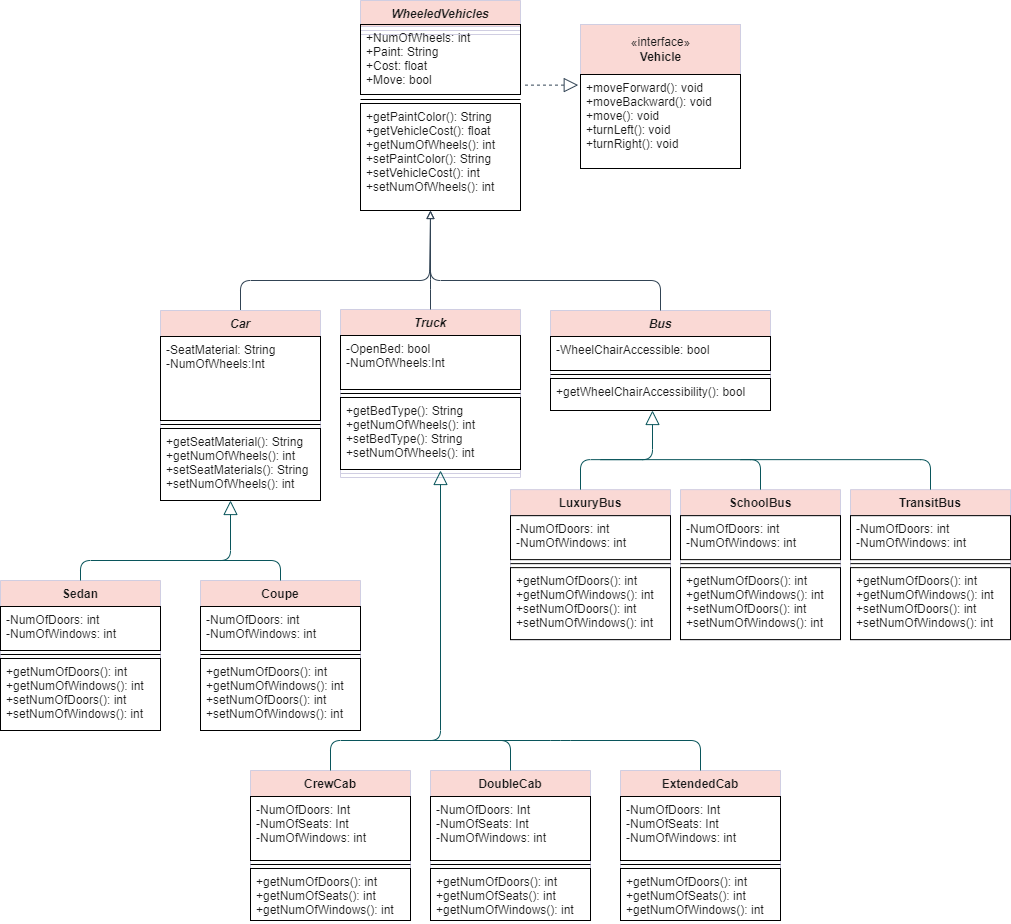
Earlier version of the draw.io export oop/WheeledVehiclesClass UMLDiagram.png (c0l3yni/tekcamp). Source tidied: cells renumbered, new cells last; positions are measured from the earlier drawing's top-left corner, leaving out a move shared by most shapes.
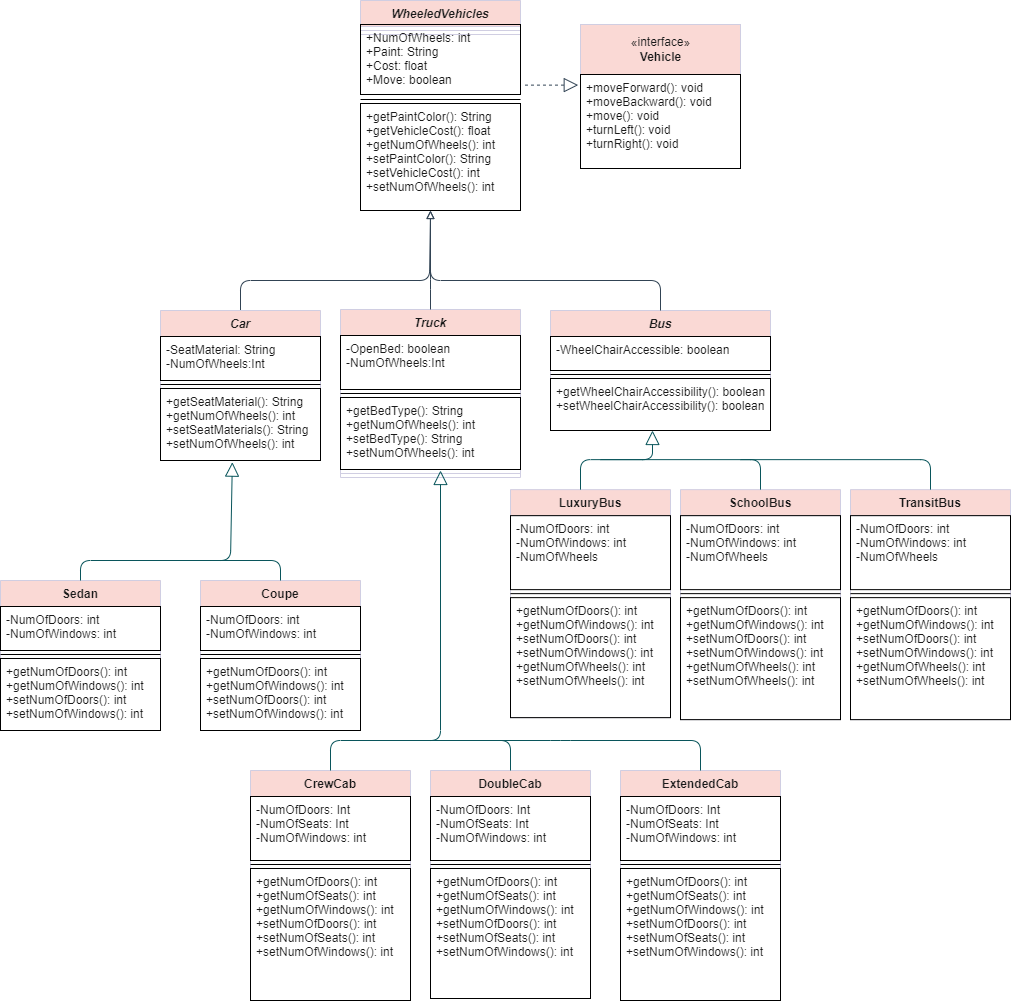
The same file after the commit.

Commit message:
Changed bool to boolean

Change to the diagram source:
```diff
@@ -3,16 +3,16 @@
     <mxCell id="0" />
     <mxCell id="1" parent="0" />
     <mxCell id="2" value="Bus" style="swimlane;fontStyle=3;align=center;verticalAlign=top;horizontal=1;startSize=26;fillColor=#FAD9D5;strokeColor=#D0CEE2;fontColor=#1A1A1A;rounded=0;" parent="1" vertex="1">
-      <mxGeometry x="550" y="310" width="220" height="100" as="geometry" />
+      <mxGeometry x="550" y="310" width="220" height="120" as="geometry" />
     </mxCell>
-    <mxCell id="3" value="-WheelChairAccessible: bool&#10;" style="text;strokeColor=default;fillColor=none;align=left;verticalAlign=top;spacingLeft=4;spacingRight=4;overflow=hidden;fontColor=#1A1A1A;rounded=0;" parent="2" vertex="1">
+    <mxCell id="3" value="-WheelChairAccessible: boolean&#10;" style="text;strokeColor=default;fillColor=none;align=left;verticalAlign=top;spacingLeft=4;spacingRight=4;overflow=hidden;fontColor=#1A1A1A;rounded=0;" parent="2" vertex="1">
       <mxGeometry y="26" width="220" height="34" as="geometry" />
     </mxCell>
     <mxCell id="4" style="line;strokeWidth=1;fillColor=none;align=left;verticalAlign=middle;spacingTop=-1;spacingLeft=3;spacingRight=3;labelPosition=right;fontColor=#1A1A1A;" parent="2" vertex="1">
       <mxGeometry y="60" width="220" height="8" as="geometry" />
     </mxCell>
-    <mxCell id="5" value="+getWheelChairAccessibility(): bool" style="text;strokeColor=default;fillColor=none;align=left;verticalAlign=top;spacingLeft=4;spacingRight=4;overflow=hidden;fontColor=#1A1A1A;rounded=0;" parent="2" vertex="1">
-      <mxGeometry y="68" width="220" height="32" as="geometry" />
+    <mxCell id="5" value="+getWheelChairAccessibility(): boolean&#10;+setWheelChairAccessibility(): boolean" style="text;strokeColor=default;fillColor=none;align=left;verticalAlign=top;spacingLeft=4;spacingRight=4;overflow=hidden;fontColor=#1A1A1A;rounded=0;" parent="2" vertex="1">
+      <mxGeometry y="68" width="220" height="52" as="geometry" />
     </mxCell>
     <mxCell id="6" style="edgeStyle=orthogonalEdgeStyle;jettySize=auto;html=1;fontColor=#1A1A1A;strokeColor=#314354;endArrow=block;endFill=0;fillColor=#647687;" parent="1" edge="1" source="7">
       <mxGeometry relative="1" as="geometry">
@@ -24,21 +24,21 @@
       </mxGeometry>
     </mxCell>
     <mxCell id="7" value="Car" style="swimlane;fontStyle=3;align=center;verticalAlign=top;horizontal=1;startSize=26;fillColor=#FAD9D5;strokeColor=#D0CEE2;fontColor=#1A1A1A;rounded=0;" parent="1" vertex="1">
-      <mxGeometry x="160" y="310" width="160" height="190" as="geometry" />
+      <mxGeometry x="160" y="310" width="160" height="150" as="geometry" />
     </mxCell>
     <mxCell id="8" value="-SeatMaterial: String&#10;-NumOfWheels:Int" style="text;strokeColor=default;fillColor=none;align=left;verticalAlign=top;spacingLeft=4;spacingRight=4;overflow=hidden;fontColor=#1A1A1A;rounded=0;" parent="7" vertex="1">
-      <mxGeometry y="26" width="160" height="84" as="geometry" />
+      <mxGeometry y="26" width="160" height="44" as="geometry" />
     </mxCell>
     <mxCell id="9" style="line;strokeWidth=1;fillColor=none;align=left;verticalAlign=middle;spacingTop=-1;spacingLeft=3;spacingRight=3;labelPosition=right;fontColor=#1A1A1A;" parent="7" vertex="1">
-      <mxGeometry y="110" width="160" height="8" as="geometry" />
+      <mxGeometry y="70" width="160" height="8" as="geometry" />
     </mxCell>
     <mxCell id="10" value="+getSeatMaterial(): String&#10;+getNumOfWheels(): int&#10;+setSeatMaterials(): String&#10;+setNumOfWheels(): int" style="text;strokeColor=default;fillColor=none;align=left;verticalAlign=top;spacingLeft=4;spacingRight=4;overflow=hidden;points=[[0,0.5],[1,0.5]];portConstraint=eastwest;fontColor=#1A1A1A;rounded=0;" parent="7" vertex="1">
-      <mxGeometry y="118" width="160" height="72" as="geometry" />
+      <mxGeometry y="78" width="160" height="72" as="geometry" />
     </mxCell>
     <mxCell id="11" value="Truck" style="swimlane;fontStyle=3;align=center;verticalAlign=top;horizontal=1;startSize=26;fillColor=#FAD9D5;strokeColor=#D0CEE2;fontColor=#1A1A1A;rounded=0;" parent="1" vertex="1">
       <mxGeometry x="340" y="309" width="180" height="168" as="geometry" />
     </mxCell>
-    <mxCell id="12" value="-OpenBed: bool&#10;-NumOfWheels:Int" style="text;strokeColor=default;fillColor=none;align=left;verticalAlign=top;spacingLeft=4;spacingRight=4;overflow=hidden;fontColor=#1A1A1A;rounded=0;" parent="11" vertex="1">
+    <mxCell id="12" value="-OpenBed: boolean&#10;-NumOfWheels:Int" style="text;strokeColor=default;fillColor=none;align=left;verticalAlign=top;spacingLeft=4;spacingRight=4;overflow=hidden;fontColor=#1A1A1A;rounded=0;" parent="11" vertex="1">
       <mxGeometry y="26" width="180" height="54" as="geometry" />
     </mxCell>
     <mxCell id="13" style="line;strokeWidth=1;fillColor=none;align=left;verticalAlign=middle;spacingTop=-1;spacingLeft=3;spacingRight=3;labelPosition=right;fontColor=#1A1A1A;" parent="11" vertex="1">
@@ -92,9 +92,8 @@
     <mxCell id="27" value="+getNumOfDoors(): int&#10;+getNumOfWindows(): int&#10;+setNumOfDoors(): int&#10;+setNumOfWindows(): int" style="text;strokeColor=default;fillColor=none;align=left;verticalAlign=top;spacingLeft=4;spacingRight=4;overflow=hidden;fontColor=#1A1A1A;" parent="24" vertex="1">
       <mxGeometry y="78" width="160" height="72" as="geometry" />
     </mxCell>
-    <mxCell id="28" style="endArrow=block;endFill=0;endSize=12;html=1;fontColor=#1A1A1A;strokeColor=#09555B;exitX=0.5;exitY=0;exitDx=0;exitDy=0;" parent="1" edge="1" source="20">
+    <mxCell id="28" style="endArrow=block;endFill=0;endSize=12;html=1;fontColor=#1A1A1A;strokeColor=#09555B;exitX=0.5;exitY=0;exitDx=0;exitDy=0;entryX=0.449;entryY=1.023;entryDx=0;entryDy=0;entryPerimeter=0;" parent="1" edge="1" source="20" target="10">
       <mxGeometry relative="1" as="geometry">
-        <mxPoint x="230" y="500" as="targetPoint" />
         <Array as="points">
           <mxPoint x="80" y="560" />
           <mxPoint x="230" y="560" />
@@ -110,7 +109,7 @@
       </mxGeometry>
     </mxCell>
     <mxCell id="30" value="CrewCab" style="swimlane;fontStyle=1;align=center;verticalAlign=top;horizontal=1;startSize=26;fontColor=#1A1A1A;strokeColor=#D0CEE2;fillColor=#FAD9D5;" parent="1" vertex="1">
-      <mxGeometry x="250" y="770" width="160" height="150" as="geometry" />
+      <mxGeometry x="250" y="770" width="160" height="230" as="geometry" />
     </mxCell>
     <mxCell id="31" value="-NumOfDoors: Int&#10;-NumOfSeats: Int&#10;-NumOfWindows: int" style="text;strokeColor=default;fillColor=none;align=left;verticalAlign=top;spacingLeft=4;spacingRight=4;overflow=hidden;fontColor=#1A1A1A;" parent="30" vertex="1">
       <mxGeometry y="26" width="160" height="64" as="geometry" />
@@ -118,11 +117,11 @@
     <mxCell id="32" style="line;strokeWidth=1;fillColor=none;align=left;verticalAlign=middle;spacingTop=-1;spacingLeft=3;spacingRight=3;labelPosition=right;fontColor=#1A1A1A;" parent="30" vertex="1">
       <mxGeometry y="90" width="160" height="8" as="geometry" />
     </mxCell>
-    <mxCell id="33" value="+getNumOfDoors(): int&#10;+getNumOfSeats(): int&#10;+getNumOfWindows(): int" style="text;strokeColor=default;fillColor=none;align=left;verticalAlign=top;spacingLeft=4;spacingRight=4;overflow=hidden;fontColor=#1A1A1A;" parent="30" vertex="1">
-      <mxGeometry y="98" width="160" height="52" as="geometry" />
+    <mxCell id="33" value="+getNumOfDoors(): int&#10;+getNumOfSeats(): int&#10;+getNumOfWindows(): int&#10;+setNumOfDoors(): int&#10;+setNumOfSeats(): int&#10;+setNumOfWindows(): int" style="text;strokeColor=default;fillColor=none;align=left;verticalAlign=top;spacingLeft=4;spacingRight=4;overflow=hidden;fontColor=#1A1A1A;" parent="30" vertex="1">
+      <mxGeometry y="98" width="160" height="132" as="geometry" />
     </mxCell>
     <mxCell id="34" value="DoubleCab" style="swimlane;fontStyle=1;align=center;verticalAlign=top;horizontal=1;startSize=26;fontColor=#1A1A1A;strokeColor=#D0CEE2;fillColor=#FAD9D5;" parent="1" vertex="1">
-      <mxGeometry x="430" y="770" width="160" height="150" as="geometry" />
+      <mxGeometry x="430" y="770" width="160" height="228" as="geometry" />
     </mxCell>
     <mxCell id="35" value="-NumOfDoors: Int&#10;-NumOfSeats: Int&#10;-NumOfWindows: int" style="text;strokeColor=default;fillColor=none;align=left;verticalAlign=top;spacingLeft=4;spacingRight=4;overflow=hidden;fontColor=#1A1A1A;" parent="34" vertex="1">
       <mxGeometry y="26" width="160" height="64" as="geometry" />
@@ -130,8 +129,8 @@
     <mxCell id="36" style="line;strokeWidth=1;fillColor=none;align=left;verticalAlign=middle;spacingTop=-1;spacingLeft=3;spacingRight=3;labelPosition=right;fontColor=#1A1A1A;" parent="34" vertex="1">
       <mxGeometry y="90" width="160" height="8" as="geometry" />
     </mxCell>
-    <mxCell id="37" value="+getNumOfDoors(): int&#10;+getNumOfSeats(): int&#10;+getNumOfWindows(): int" style="text;strokeColor=default;fillColor=none;align=left;verticalAlign=top;spacingLeft=4;spacingRight=4;overflow=hidden;fontColor=#1A1A1A;" parent="34" vertex="1">
-      <mxGeometry y="98" width="160" height="52" as="geometry" />
+    <mxCell id="37" value="+getNumOfDoors(): int&#10;+getNumOfSeats(): int&#10;+getNumOfWindows(): int&#10;+setNumOfDoors(): int&#10;+setNumOfSeats(): int&#10;+setNumOfWindows(): int" style="text;strokeColor=default;fillColor=none;align=left;verticalAlign=top;spacingLeft=4;spacingRight=4;overflow=hidden;fontColor=#1A1A1A;" parent="34" vertex="1">
+      <mxGeometry y="98" width="160" height="130" as="geometry" />
     </mxCell>
     <mxCell id="38" style="endArrow=block;endFill=0;endSize=12;html=1;fontColor=#1A1A1A;strokeColor=#09555B;exitX=0.5;exitY=0;exitDx=0;exitDy=0;" parent="1" edge="1" source="30">
       <mxGeometry relative="1" as="geometry">
@@ -151,33 +150,33 @@
       </mxGeometry>
     </mxCell>
     <mxCell id="40" value="LuxuryBus" style="swimlane;fontStyle=1;align=center;verticalAlign=top;horizontal=1;startSize=26;fontColor=#1A1A1A;strokeColor=#D0CEE2;fillColor=#FAD9D5;" parent="1" vertex="1">
-      <mxGeometry x="510" y="489.1" width="160" height="150" as="geometry" />
+      <mxGeometry x="510" y="489.1" width="160" height="228" as="geometry" />
     </mxCell>
-    <mxCell id="41" value="-NumOfDoors: int&#10;-NumOfWindows: int" style="text;strokeColor=default;fillColor=none;align=left;verticalAlign=top;spacingLeft=4;spacingRight=4;overflow=hidden;fontColor=#1A1A1A;" parent="40" vertex="1">
-      <mxGeometry y="26" width="160" height="44" as="geometry" />
+    <mxCell id="41" value="-NumOfDoors: int&#10;-NumOfWindows: int&#10;-NumOfWheels" style="text;strokeColor=default;fillColor=none;align=left;verticalAlign=top;spacingLeft=4;spacingRight=4;overflow=hidden;fontColor=#1A1A1A;" parent="40" vertex="1">
+      <mxGeometry y="26" width="160" height="74" as="geometry" />
     </mxCell>
     <mxCell id="42" style="line;strokeWidth=1;fillColor=none;align=left;verticalAlign=middle;spacingTop=-1;spacingLeft=3;spacingRight=3;labelPosition=right;fontColor=#1A1A1A;" parent="40" vertex="1">
-      <mxGeometry y="70" width="160" height="8" as="geometry" />
+      <mxGeometry y="100" width="160" height="8" as="geometry" />
     </mxCell>
-    <mxCell id="43" value="+getNumOfDoors(): int&#10;+getNumOfWindows(): int&#10;+setNumOfDoors(): int&#10;+setNumOfWindows(): int" style="text;strokeColor=default;fillColor=none;align=left;verticalAlign=top;spacingLeft=4;spacingRight=4;overflow=hidden;fontColor=#1A1A1A;" parent="40" vertex="1">
-      <mxGeometry y="78" width="160" height="72" as="geometry" />
+    <mxCell id="43" value="+getNumOfDoors(): int&#10;+getNumOfWindows(): int&#10;+setNumOfDoors(): int&#10;+setNumOfWindows(): int&#10;+getNumOfWheels(): int&#10;+setNumOfWheels(): int" style="text;strokeColor=default;fillColor=none;align=left;verticalAlign=top;spacingLeft=4;spacingRight=4;overflow=hidden;fontColor=#1A1A1A;" parent="40" vertex="1">
+      <mxGeometry y="108" width="160" height="120" as="geometry" />
     </mxCell>
     <mxCell id="44" value="SchoolBus" style="swimlane;fontStyle=1;align=center;verticalAlign=top;horizontal=1;startSize=26;fontColor=#1A1A1A;strokeColor=#D0CEE2;fillColor=#FAD9D5;" parent="1" vertex="1">
-      <mxGeometry x="680" y="489.1" width="160" height="150" as="geometry" />
+      <mxGeometry x="680" y="489.1" width="160" height="230" as="geometry" />
     </mxCell>
-    <mxCell id="45" value="-NumOfDoors: int&#10;-NumOfWindows: int" style="text;strokeColor=default;fillColor=none;align=left;verticalAlign=top;spacingLeft=4;spacingRight=4;overflow=hidden;fontColor=#1A1A1A;" parent="44" vertex="1">
-      <mxGeometry y="26" width="160" height="44" as="geometry" />
+    <mxCell id="45" value="-NumOfDoors: int&#10;-NumOfWindows: int&#10;-NumOfWheels" style="text;strokeColor=default;fillColor=none;align=left;verticalAlign=top;spacingLeft=4;spacingRight=4;overflow=hidden;fontColor=#1A1A1A;" parent="44" vertex="1">
+      <mxGeometry y="26" width="160" height="74" as="geometry" />
     </mxCell>
     <mxCell id="46" style="line;strokeWidth=1;fillColor=none;align=left;verticalAlign=middle;spacingTop=-1;spacingLeft=3;spacingRight=3;labelPosition=right;fontColor=#1A1A1A;" parent="44" vertex="1">
-      <mxGeometry y="70" width="160" height="8" as="geometry" />
+      <mxGeometry y="100" width="160" height="8" as="geometry" />
     </mxCell>
-    <mxCell id="47" value="+getNumOfDoors(): int&#10;+getNumOfWindows(): int&#10;+setNumOfDoors(): int&#10;+setNumOfWindows(): int" style="text;strokeColor=default;fillColor=none;align=left;verticalAlign=top;spacingLeft=4;spacingRight=4;overflow=hidden;fontColor=#1A1A1A;" parent="44" vertex="1">
-      <mxGeometry y="78" width="160" height="72" as="geometry" />
+    <mxCell id="47" value="+getNumOfDoors(): int&#10;+getNumOfWindows(): int&#10;+setNumOfDoors(): int&#10;+setNumOfWindows(): int&#10;+getNumOfWheels(): int&#10;+setNumOfWheels(): int" style="text;strokeColor=default;fillColor=none;align=left;verticalAlign=top;spacingLeft=4;spacingRight=4;overflow=hidden;fontColor=#1A1A1A;" parent="44" vertex="1">
+      <mxGeometry y="108" width="160" height="122" as="geometry" />
     </mxCell>
     <mxCell id="48" style="endArrow=block;endFill=0;endSize=12;html=1;fontColor=#1A1A1A;strokeColor=#09555B;" parent="1" edge="1">
       <mxGeometry relative="1" as="geometry">
         <mxPoint x="580" y="489.1" as="sourcePoint" />
-        <mxPoint x="652" y="410" as="targetPoint" />
+        <mxPoint x="652" y="430" as="targetPoint" />
         <Array as="points">
           <mxPoint x="580" y="459.1" />
           <mxPoint x="652" y="459.1" />
@@ -193,7 +192,7 @@
       </mxGeometry>
     </mxCell>
     <mxCell id="50" value="ExtendedCab" style="swimlane;fontStyle=1;align=center;verticalAlign=top;horizontal=1;startSize=26;fontColor=#1A1A1A;strokeColor=#D0CEE2;fillColor=#FAD9D5;" parent="1" vertex="1">
-      <mxGeometry x="620" y="770" width="160" height="150" as="geometry" />
+      <mxGeometry x="620" y="770" width="160" height="230" as="geometry" />
     </mxCell>
     <mxCell id="51" value="-NumOfDoors: Int&#10;-NumOfSeats: Int&#10;-NumOfWindows: int" style="text;strokeColor=default;fillColor=none;align=left;verticalAlign=top;spacingLeft=4;spacingRight=4;overflow=hidden;fontColor=#1A1A1A;" parent="50" vertex="1">
       <mxGeometry y="26" width="160" height="64" as="geometry" />
@@ -201,8 +200,8 @@
     <mxCell id="52" style="line;strokeWidth=1;fillColor=none;align=left;verticalAlign=middle;spacingTop=-1;spacingLeft=3;spacingRight=3;labelPosition=right;fontColor=#1A1A1A;" parent="50" vertex="1">
       <mxGeometry y="90" width="160" height="8" as="geometry" />
     </mxCell>
-    <mxCell id="53" value="+getNumOfDoors(): int&#10;+getNumOfSeats(): int&#10;+getNumOfWindows(): int" style="text;strokeColor=default;fillColor=none;align=left;verticalAlign=top;spacingLeft=4;spacingRight=4;overflow=hidden;fontColor=#1A1A1A;" parent="50" vertex="1">
-      <mxGeometry y="98" width="160" height="52" as="geometry" />
+    <mxCell id="53" value="+getNumOfDoors(): int&#10;+getNumOfSeats(): int&#10;+getNumOfWindows(): int&#10;+setNumOfDoors(): int&#10;+setNumOfSeats(): int&#10;+setNumOfWindows(): int" style="text;strokeColor=default;fillColor=none;align=left;verticalAlign=top;spacingLeft=4;spacingRight=4;overflow=hidden;fontColor=#1A1A1A;" parent="50" vertex="1">
+      <mxGeometry y="98" width="160" height="132" as="geometry" />
     </mxCell>
     <mxCell id="54" style="endArrow=none;endFill=0;endSize=12;html=1;fontColor=#1A1A1A;strokeColor=#09555B;exitX=0.5;exitY=0;exitDx=0;exitDy=0;" parent="1" edge="1" source="50">
       <mxGeometry relative="1" as="geometry">
@@ -214,16 +213,16 @@
       </mxGeometry>
     </mxCell>
     <mxCell id="55" value="TransitBus" style="swimlane;fontStyle=1;align=center;verticalAlign=top;horizontal=1;startSize=26;fontColor=#1A1A1A;strokeColor=#D0CEE2;fillColor=#FAD9D5;" parent="1" vertex="1">
-      <mxGeometry x="850" y="489.1" width="160" height="150" as="geometry" />
+      <mxGeometry x="850" y="489.1" width="160" height="230" as="geometry" />
     </mxCell>
-    <mxCell id="56" value="-NumOfDoors: int&#10;-NumOfWindows: int" style="text;strokeColor=default;fillColor=none;align=left;verticalAlign=top;spacingLeft=4;spacingRight=4;overflow=hidden;fontColor=#1A1A1A;" parent="55" vertex="1">
-      <mxGeometry y="26" width="160" height="44" as="geometry" />
+    <mxCell id="56" value="-NumOfDoors: int&#10;-NumOfWindows: int&#10;-NumOfWheels" style="text;strokeColor=default;fillColor=none;align=left;verticalAlign=top;spacingLeft=4;spacingRight=4;overflow=hidden;fontColor=#1A1A1A;" parent="55" vertex="1">
+      <mxGeometry y="26" width="160" height="74" as="geometry" />
     </mxCell>
     <mxCell id="57" style="line;strokeWidth=1;fillColor=none;align=left;verticalAlign=middle;spacingTop=-1;spacingLeft=3;spacingRight=3;labelPosition=right;fontColor=#1A1A1A;" parent="55" vertex="1">
-      <mxGeometry y="70" width="160" height="8" as="geometry" />
+      <mxGeometry y="100" width="160" height="8" as="geometry" />
     </mxCell>
-    <mxCell id="58" value="+getNumOfDoors(): int&#10;+getNumOfWindows(): int&#10;+setNumOfDoors(): int&#10;+setNumOfWindows(): int" style="text;strokeColor=default;fillColor=none;align=left;verticalAlign=top;spacingLeft=4;spacingRight=4;overflow=hidden;fontColor=#1A1A1A;" parent="55" vertex="1">
-      <mxGeometry y="78" width="160" height="72" as="geometry" />
+    <mxCell id="58" value="+getNumOfDoors(): int&#10;+getNumOfWindows(): int&#10;+setNumOfDoors(): int&#10;+setNumOfWindows(): int&#10;+getNumOfWheels(): int&#10;+setNumOfWheels(): int" style="text;strokeColor=default;fillColor=none;align=left;verticalAlign=top;spacingLeft=4;spacingRight=4;overflow=hidden;fontColor=#1A1A1A;" parent="55" vertex="1">
+      <mxGeometry y="108" width="160" height="122" as="geometry" />
     </mxCell>
     <mxCell id="59" style="endArrow=none;endFill=0;endSize=12;html=1;fontColor=#1A1A1A;strokeColor=#09555B;exitX=0.5;exitY=0;exitDx=0;exitDy=0;startArrow=none;startFill=0;" parent="1" edge="1" source="55">
       <mxGeometry relative="1" as="geometry">
@@ -245,7 +244,7 @@
     <mxCell id="62" style="endArrow=block;endFill=0;endSize=12;html=1;fontColor=#1A1A1A;strokeColor=#314354;exitX=1.028;exitY=0.866;exitDx=0;exitDy=0;exitPerimeter=0;dashed=1;fillColor=#647687;entryX=-0.014;entryY=0.113;entryDx=0;entryDy=0;entryPerimeter=0;" parent="1" edge="1" source="63" target="61">
       <mxGeometry relative="1" as="geometry" />
     </mxCell>
-    <mxCell id="63" value="+NumOfWheels: int&#10;+Paint: String&#10;+Cost: float&#10;+Move: bool" style="text;strokeColor=default;fillColor=none;align=left;verticalAlign=top;spacingLeft=4;spacingRight=4;overflow=hidden;points=[[0,0.5],[1,0.5]];portConstraint=eastwest;fontColor=#1A1A1A;rounded=0;" parent="1" vertex="1">
+    <mxCell id="63" value="+NumOfWheels: int&#10;+Paint: String&#10;+Cost: float&#10;+Move: boolean" style="text;strokeColor=default;fillColor=none;align=left;verticalAlign=top;spacingLeft=4;spacingRight=4;overflow=hidden;points=[[0,0.5],[1,0.5]];portConstraint=eastwest;fontColor=#1A1A1A;rounded=0;" parent="1" vertex="1">
       <mxGeometry x="360" y="24" width="160" height="70" as="geometry" />
     </mxCell>
     <mxCell id="64" value="+getPaintColor(): String&#10;+getVehicleCost(): float&#10;+getNumOfWheels(): int&#10;+setPaintColor(): String&#10;+setVehicleCost(): int&#10;+setNumOfWheels(): int" style="text;strokeColor=default;fillColor=none;align=left;verticalAlign=top;spacingLeft=4;spacingRight=4;overflow=hidden;fontColor=#1A1A1A;rounded=0;" parent="1" vertex="1">
```
